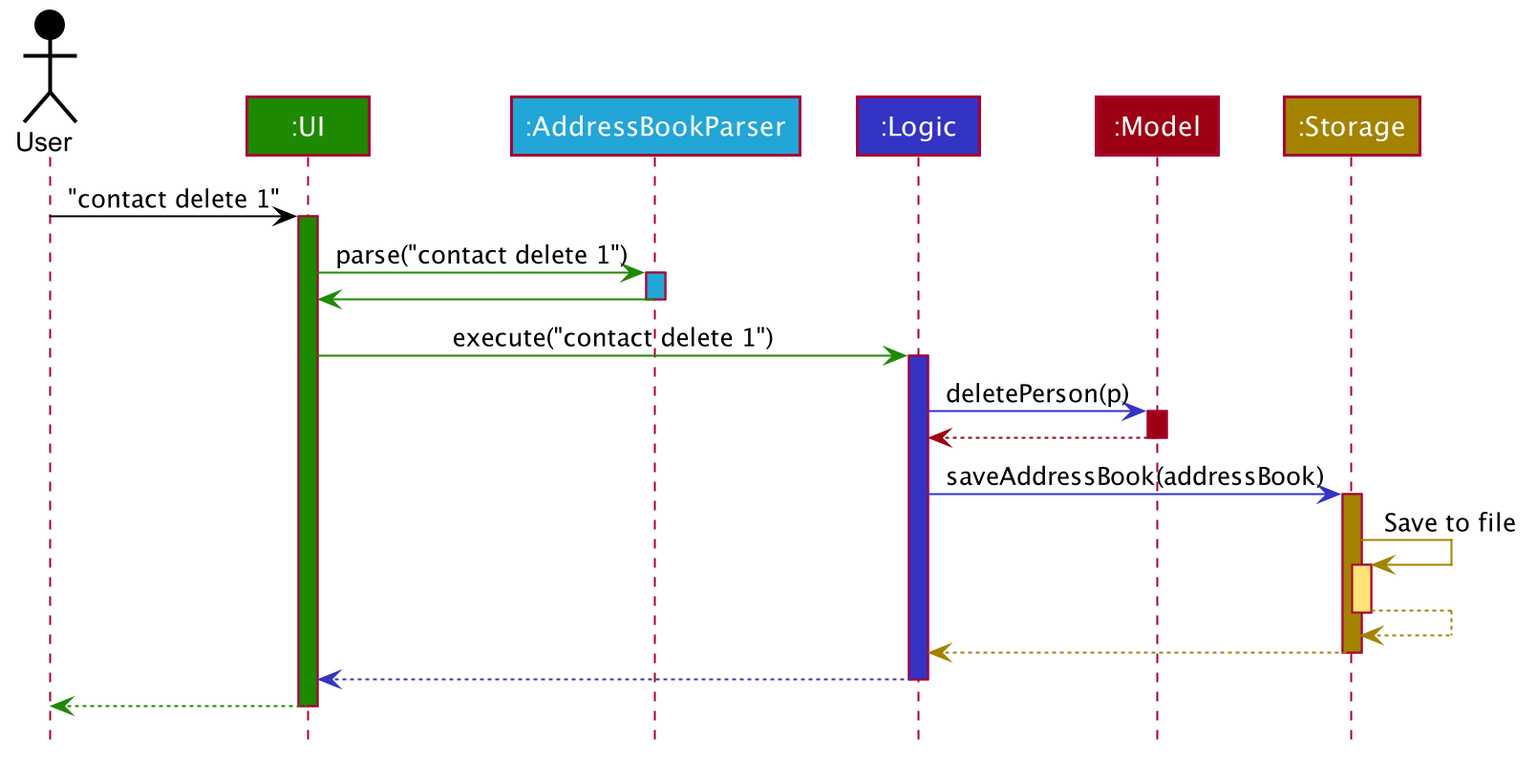
Before: docs/images/ArchitectureSequenceDiagram.png, a diagram exported from PlantUML (sebastiantoh/tp).
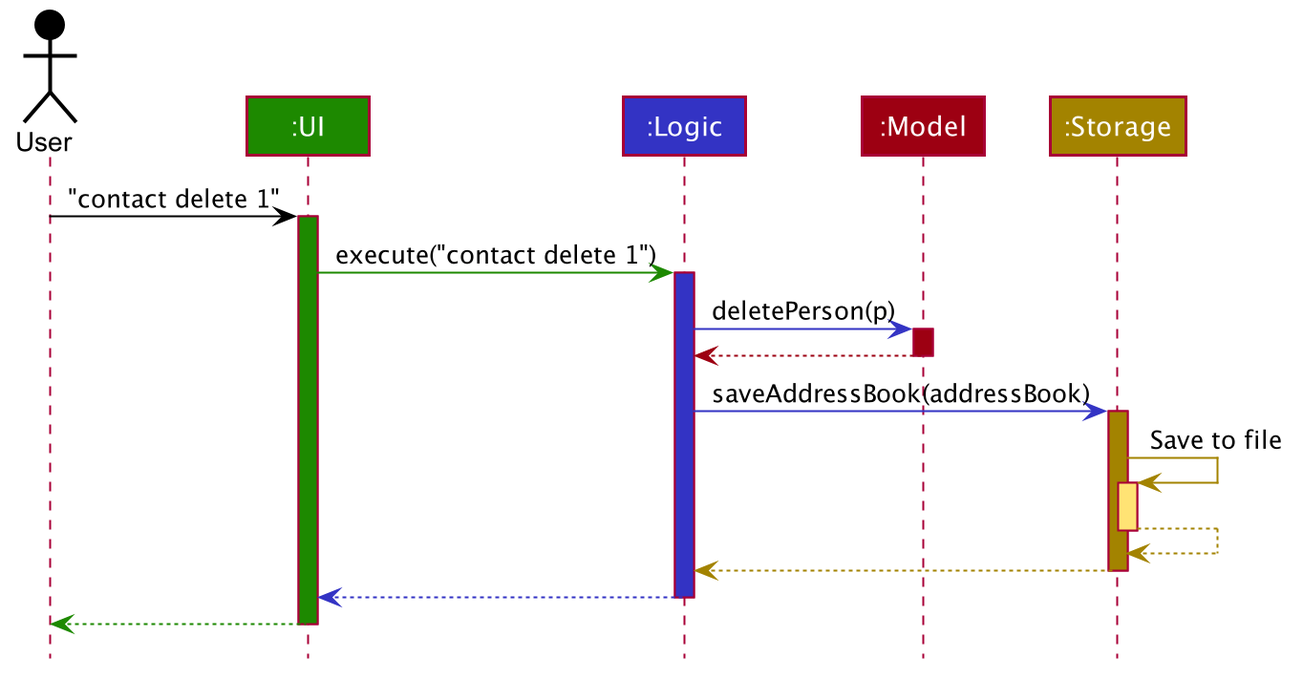
After the commit.

Commit message:
Revert changes to architecture diagram

What changed in the source:
```diff
@@ -1,5 +1,4 @@
 @startuml
-
 
 
 
@@ -53,19 +52,12 @@
 
 Actor User as user #000000
 Participant ":UI" as ui #1D8900
-Participant ":AddressBookParser" as parser #22A5D7
 Participant ":Logic" as logic #3333C4
 Participant ":Model" as model #9D0012
 Participant ":Storage" as storage #A38300
 
 user -[#000000]> ui : "contact delete 1"
 activate ui #1D8900
-
-ui -[#1D8900]> parser : parse("contact delete 1")
-activate parser #22A5D7
-
-parser -[#1D8900]> ui
-deactivate parser #22A5D7
 
 ui -[#1D8900]> logic : execute("contact delete 1")
 activate logic #3333C4
```
